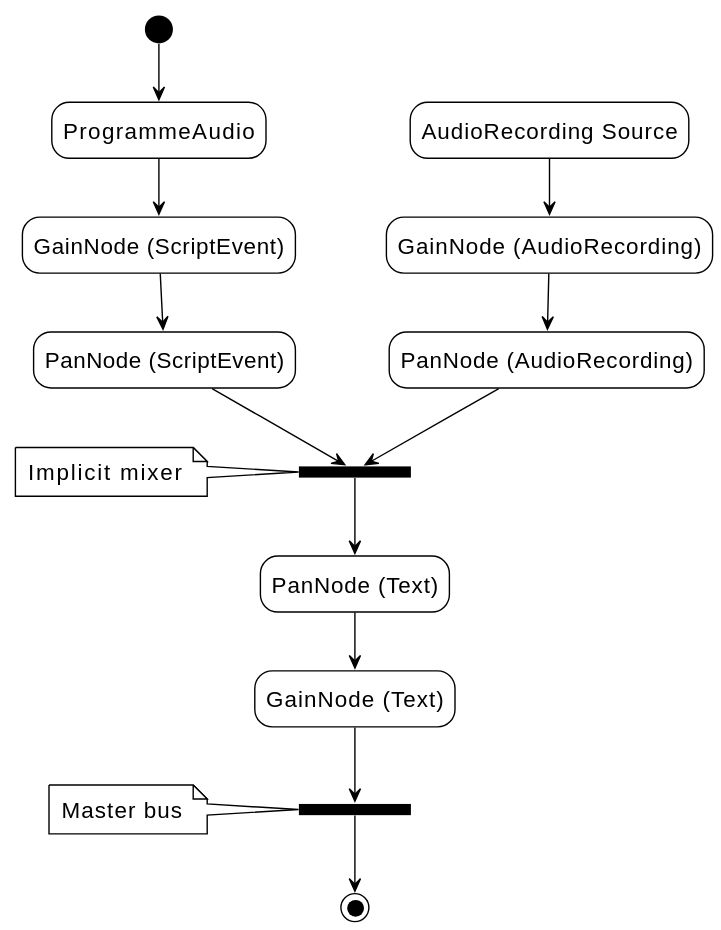
Before: figures/webaudio-nodes.svg, a diagram exported from PlantUML (w3c/dapt). Its diagram source:
```plantuml
@startuml webaudio-nodes
!theme plain
!pragma ratio 1.3
skinparam groupInheritance 2
skinparam DefaultFontName sans-serif
skinparam DefaultFontSize 16
skinparam ArrowFontSize 13
skinparam ArrowMessageAlignment direction
skinparam Padding 3
skinparam Nodesep 65
skinparam Ranksep 40

hide empty description

state GN1 as "GainNode (ScriptEvent)"
state PN1 as "PanNode (ScriptEvent)"
state GN2 as "GainNode (Text)"
state PN2 as "PanNode (Text)"
state GN3 as "GainNode (AudioRecording)"
state PN3 as "PanNode (AudioRecording)"
state MB as "Master Bus" <<join>>
state M1 as "+" <<join>>
state AS as "AudioRecording Source"

[*] --> ProgrammeAudio
ProgrammeAudio --> GN1
GN1 --> PN1

AS --> GN3
GN3 --> PN3

PN1 --> M1
PN3 --> M1

note left of M1
  Implicit mixer
end note

M1 --> PN2
PN2 --> GN2

GN2 --> MB
MB --> [*]

note left of MB
  Master bus
end note

@enduml
```
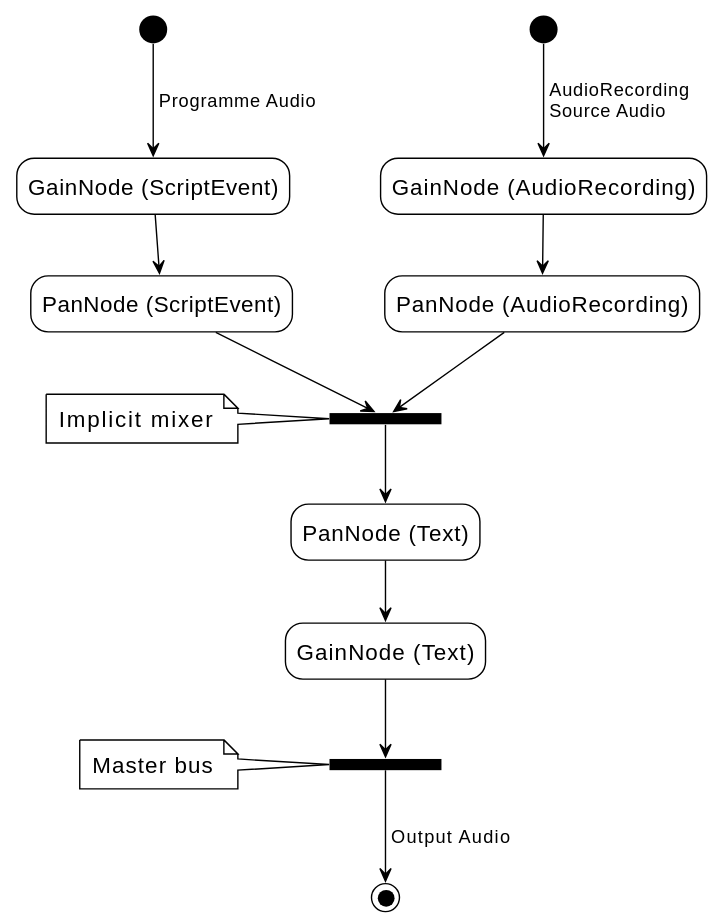
Above is the later version.

Commit message:
Audio sources are not nodes

The edit, as a diff of the source:
```diff
@@ -20,13 +20,12 @@
 state PN3 as "PanNode (AudioRecording)"
 state MB as "Master Bus" <<join>>
 state M1 as "+" <<join>>
-state AS as "AudioRecording Source"
+state AS as "AudioRecording Source" <<start>>
 
-[*] --> ProgrammeAudio
-ProgrammeAudio --> GN1
+[*] --> GN1 : Programme Audio
 GN1 --> PN1
 
-AS --> GN3
+AS --> GN3 : AudioRecording\lSource Audio
 GN3 --> PN3
 
 PN1 --> M1
@@ -40,7 +39,7 @@
 PN2 --> GN2
 
 GN2 --> MB
-MB --> [*]
+MB --> [*] : Output Audio
 
 note left of MB
   Master bus
```
